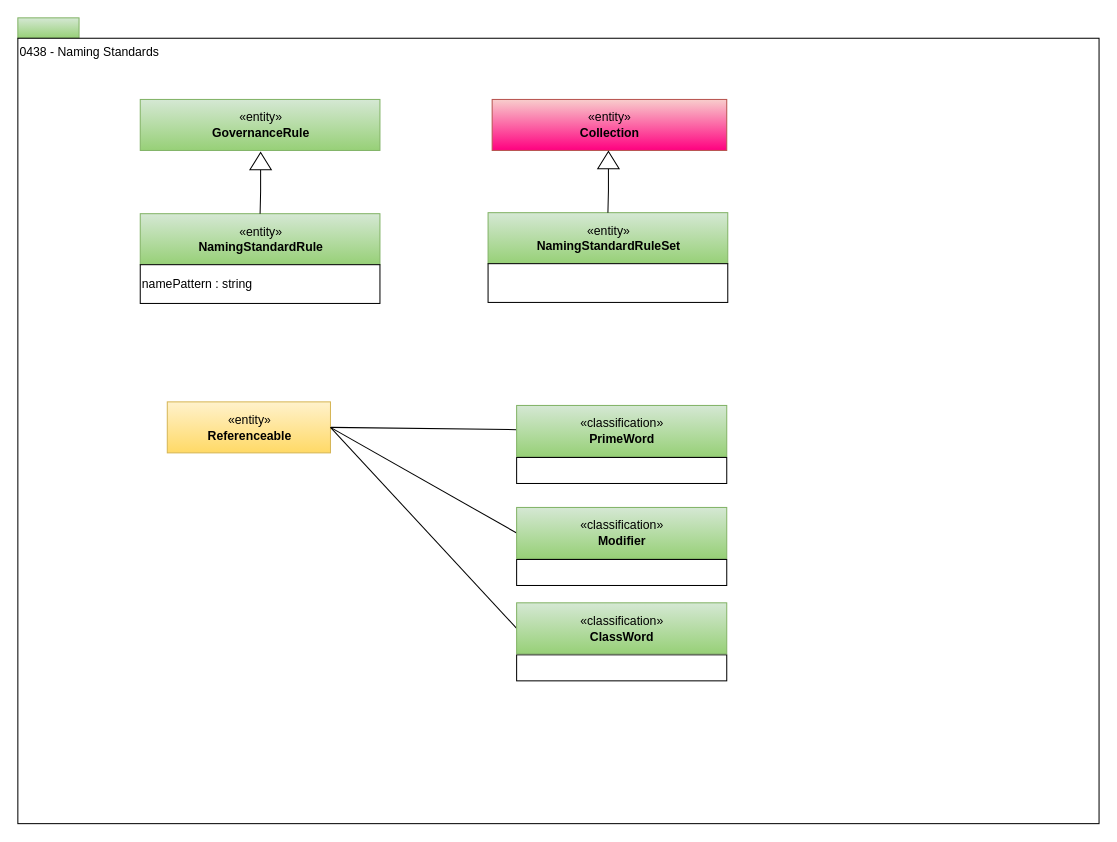
Earlier version of the draw.io diagram page "0438-Naming-Standards" (13 of 31) of site/docs/types/4/area-4-governance.drawio (odpi/egeria-docs). Source tidied: cells renumbered, new cells numbered last; positions are measured from the earlier drawing's top-left corner, leaving out a move shared by most shapes. Both pictures are drawn from the tidied source at 102%, with x=0, y=0 at pixel (17, 17).
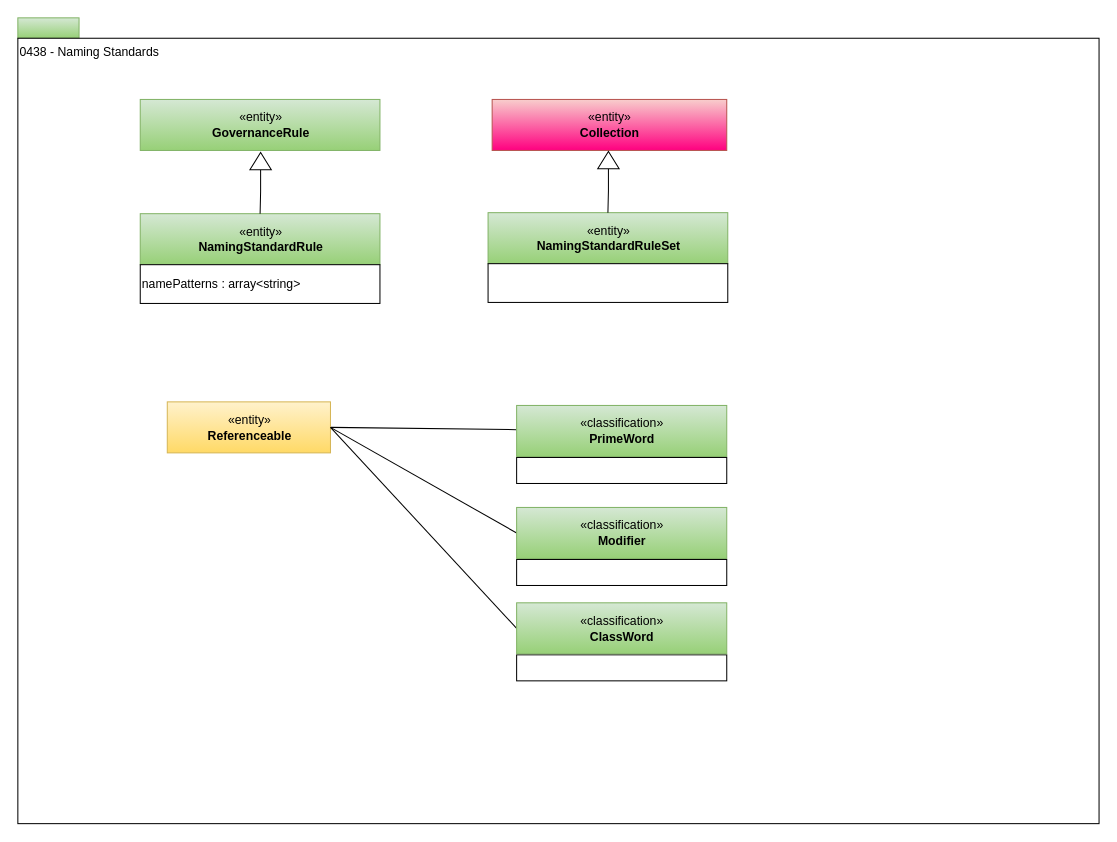
Above is the later version.

The edit, as a diff of the source:
```diff
@@
-    <mxCell id="17" value="namePattern : string" style="rounded=0;whiteSpace=wrap;html=1;strokeColor=#000000;gradientColor=#ffffff;align=left;" parent="1" vertex="1">
+    <mxCell id="17" value="namePatterns : array&amp;lt;string&amp;gt;" style="rounded=0;whiteSpace=wrap;html=1;strokeColor=#000000;gradientColor=#ffffff;align=left;" parent="1" vertex="1">
       <mxGeometry x="120" y="242" width="235" height="38" as="geometry" />
     </mxCell>
```
